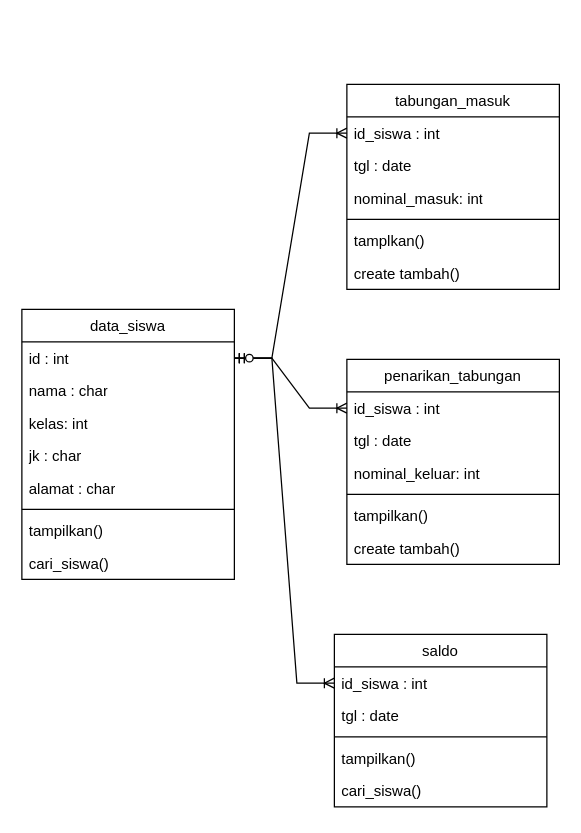
This is class-diagram.drawio from titapuspitas/Tefa-Tabungan, a draw.io file, before an edit. Source tidied: cells renumbered, new cells numbered last; positions are measured from the earlier drawing's top-left corner, leaving out a move shared by most shapes. Both pictures are drawn from the tidied source at 125%, with x=0, y=0 at pixel (21, 84).
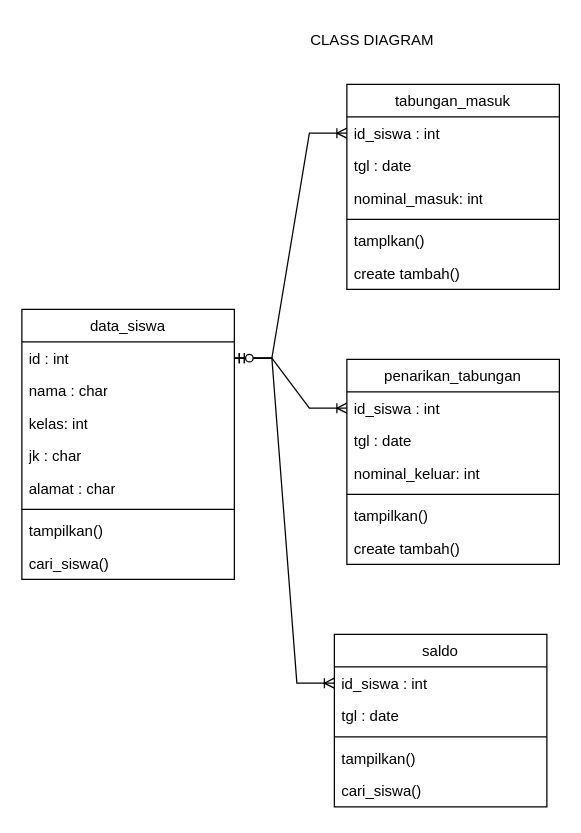
After the change.

The edit, as a diff of the source:
```diff
@@
+    <mxCell id="34" value="CLASS DIAGRAM" style="text;html=1;align=center;verticalAlign=middle;strokeColor=none;fillColor=none;" parent="1" vertex="1">
+      <mxGeometry x="220" y="-50" width="120" height="30" as="geometry" />
+    </mxCell>
```
